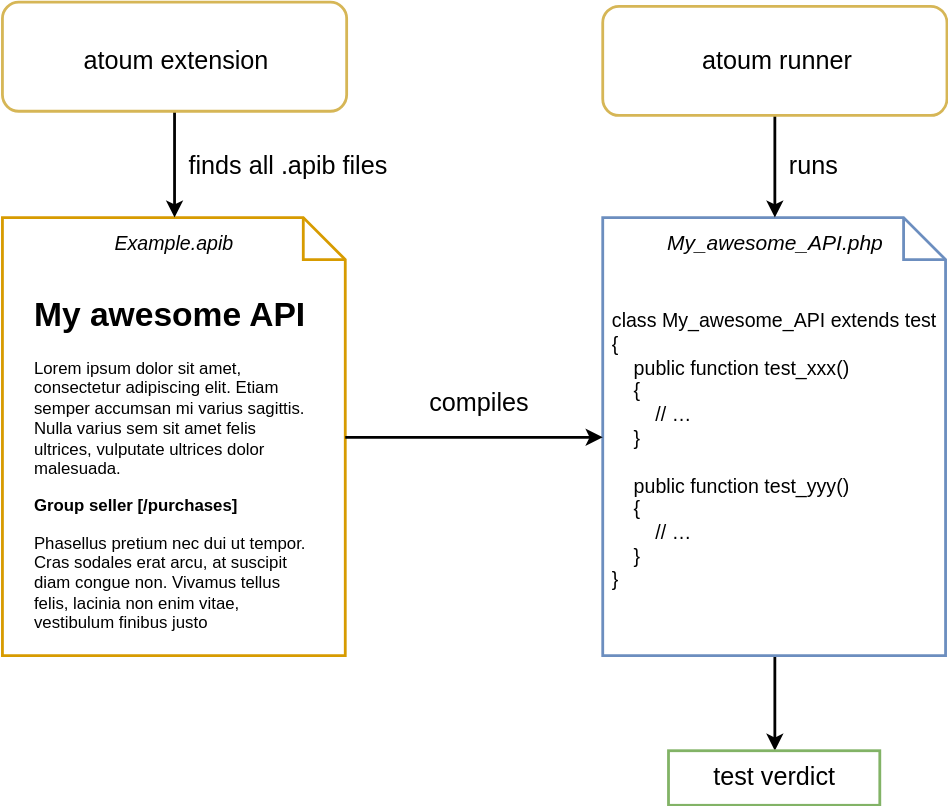
Hywan/atoum-apiblueprint-extension keeps this draw.io diagram as res/overview.svg. Above is the earlier version. Source tidied: cells renumbered, new cells last; positions are measured from the earlier drawing's top-left corner, leaving out a move shared by most shapes. Its diagram source:
```xml
<mxGraphModel background="#ffffff">
  <root>
    <mxCell id="0" />
    <mxCell id="1" parent="0" />
    <mxCell id="2" style="group;" parent="1" vertex="1">
      <mxGeometry y="154" width="255" height="323" as="geometry" />
    </mxCell>
    <mxCell id="3" style="group;" parent="2" vertex="1">
      <mxGeometry width="255" height="323" as="geometry" />
    </mxCell>
    <mxCell id="4" style="group;" parent="3" vertex="1">
      <mxGeometry width="255" height="323" as="geometry" />
    </mxCell>
    <mxCell id="5" style="shape=note;whiteSpace=wrap;html=1;fillColor=none;strokeColor=#d79b00;strokeWidth=2;" parent="4" vertex="1">
      <mxGeometry width="245" height="313" as="geometry" />
    </mxCell>
    <mxCell id="6" value="&lt;h1&gt;My awesome API&lt;br&gt;&lt;/h1&gt;&lt;p&gt;Lorem ipsum dolor sit amet, consectetur adipiscing elit. Etiam semper accumsan mi varius sagittis. Nulla varius sem sit amet felis ultrices, vulputate ultrices dolor malesuada.&lt;/p&gt;&lt;p&gt;&lt;b&gt;Group seller [/purchases]&lt;/b&gt;&lt;br&gt;&lt;/p&gt;&lt;p&gt;Phasellus pretium nec dui ut tempor. Cras sodales erat arcu, at suscipit diam congue non. Vivamus tellus felis, lacinia non enim vitae, vestibulum finibus justo&lt;/p&gt;" style="text;html=1;strokeColor=none;fillColor=none;spacing=5;spacingTop=-20;whiteSpace=wrap;overflow=hidden;rounded=0;" parent="4" vertex="1">
      <mxGeometry x="18" y="50" width="210" height="249" as="geometry" />
    </mxCell>
    <mxCell id="7" value="&lt;div&gt;E&lt;font style=&quot;font-size: 14px;&quot; face=&quot;Helvetica&quot;&gt;xample.apib&lt;/font&gt;&lt;/div&gt;" style="text;html=1;strokeColor=none;fillColor=none;align=center;verticalAlign=middle;whiteSpace=wrap;rounded=0;fontSize=14;fontStyle=2;" parent="4" vertex="1">
      <mxGeometry x="69" y="8" width="107" height="20" as="geometry" />
    </mxCell>
    <mxCell id="8" style="edgeStyle=orthogonalEdgeStyle;rounded=0;html=1;exitX=0.5;exitY=1;entryX=0.5;entryY=0;jettySize=auto;fontFamily=Helvetica;fontSize=15;strokeWidth=2;targetPerimeterSpacing=10;sourcePerimeterSpacing=10;" parent="1" edge="1" source="9" target="20">
      <mxGeometry relative="1" as="geometry" />
    </mxCell>
    <mxCell id="9" style="shape=note;whiteSpace=wrap;html=1;fillColor=none;strokeColor=#6c8ebf;gradientColor=none;strokeWidth=2;" parent="1" vertex="1">
      <mxGeometry x="429" y="154" width="245" height="313" as="geometry" />
    </mxCell>
    <mxCell id="10" value="My_awesome_API.php" style="text;html=1;strokeColor=none;fillColor=none;align=center;verticalAlign=middle;whiteSpace=wrap;rounded=0;fontSize=15;fontStyle=2;" parent="1" vertex="1">
      <mxGeometry x="469" y="162" width="165" height="20" as="geometry" />
    </mxCell>
    <mxCell id="11" value="&lt;div&gt;class My_awesome_API extends test&lt;/div&gt;&lt;div&gt;{&lt;/div&gt;&lt;div&gt;&amp;nbsp;&amp;nbsp;&amp;nbsp; public function test_xxx()&lt;/div&gt;&lt;div&gt;&amp;nbsp;&amp;nbsp;&amp;nbsp; {&lt;/div&gt;&lt;div&gt;&amp;nbsp;&amp;nbsp;&amp;nbsp;&amp;nbsp; &amp;nbsp;&amp;nbsp; // …&lt;br&gt;&lt;/div&gt;&lt;div&gt;&amp;nbsp;&amp;nbsp;&amp;nbsp; }&lt;/div&gt;&lt;div&gt;&lt;br&gt;&lt;/div&gt;&lt;div&gt;&lt;div&gt;&amp;nbsp;&amp;nbsp;&amp;nbsp; public function test_yyy()&lt;/div&gt;&lt;div&gt;&amp;nbsp;&amp;nbsp;&amp;nbsp; {&lt;/div&gt;&lt;div&gt;&amp;nbsp;&amp;nbsp;&amp;nbsp;&amp;nbsp; &amp;nbsp;&amp;nbsp; // …&lt;br&gt;&lt;/div&gt;&amp;nbsp;&amp;nbsp;&amp;nbsp; }&lt;/div&gt;&lt;div&gt;}&lt;br&gt;&lt;/div&gt;" style="text;html=1;strokeColor=none;fillColor=none;align=left;verticalAlign=middle;whiteSpace=wrap;rounded=0;fontSize=14;fontFamily=Helvetica;" parent="1" vertex="1">
      <mxGeometry x="434" y="212" width="235" height="216" as="geometry" />
    </mxCell>
    <mxCell id="12" style="edgeStyle=orthogonalEdgeStyle;rounded=0;html=1;exitX=1;exitY=0.5;entryX=0;entryY=0.5;jettySize=auto;fontFamily=Helvetica;fontSize=14;fillColor=#d5e8d4;strokeColor=#000000;strokeWidth=2;" parent="1" edge="1" source="5" target="9">
      <mxGeometry relative="1" as="geometry" />
    </mxCell>
    <mxCell id="13" style="edgeStyle=orthogonalEdgeStyle;rounded=0;html=1;exitX=0.5;exitY=1;entryX=0.5;entryY=0;jettySize=auto;fontFamily=Helvetica;fontSize=15;strokeWidth=2;targetPerimeterSpacing=10;sourcePerimeterSpacing=10;" parent="1" edge="1" source="14" target="9">
      <mxGeometry relative="1" as="geometry" />
    </mxCell>
    <mxCell id="14" style="rounded=1;whiteSpace=wrap;html=1;fontFamily=Helvetica;fontSize=14;align=left;fillColor=none;strokeColor=#d6b656;strokeWidth=2;" parent="1" vertex="1">
      <mxGeometry x="429" y="3" width="246" height="78" as="geometry" />
    </mxCell>
    <mxCell id="15" value="atoum runner" style="text;html=1;strokeColor=none;fillColor=none;align=center;verticalAlign=middle;whiteSpace=wrap;rounded=0;fontFamily=Helvetica;fontSize=18;" parent="1" vertex="1">
      <mxGeometry x="478" y="32" width="151" height="20" as="geometry" />
    </mxCell>
    <mxCell id="16" style="edgeStyle=orthogonalEdgeStyle;rounded=0;html=1;exitX=0.5;exitY=1;entryX=0.5;entryY=0;jettySize=auto;fontFamily=Helvetica;fontSize=15;strokeWidth=2;targetPerimeterSpacing=10;sourcePerimeterSpacing=10;" parent="1" edge="1" source="17" target="5">
      <mxGeometry relative="1" as="geometry" />
    </mxCell>
    <mxCell id="17" style="rounded=1;whiteSpace=wrap;html=1;fontFamily=Helvetica;fontSize=14;align=left;fillColor=none;strokeColor=#d6b656;strokeWidth=2;" parent="1" vertex="1">
      <mxGeometry width="246" height="78" as="geometry" />
    </mxCell>
    <mxCell id="18" value="atoum extension" style="text;html=1;strokeColor=none;fillColor=none;align=center;verticalAlign=middle;whiteSpace=wrap;rounded=0;fontFamily=Helvetica;fontSize=18;" parent="1" vertex="1">
      <mxGeometry x="5" y="32" width="238" height="20" as="geometry" />
    </mxCell>
    <mxCell id="19" value="compiles" style="text;html=1;strokeColor=none;fillColor=none;align=center;verticalAlign=middle;whiteSpace=wrap;rounded=0;fontFamily=Helvetica;fontSize=18;" parent="1" vertex="1">
      <mxGeometry x="320" y="277" width="40" height="20" as="geometry" />
    </mxCell>
    <mxCell id="20" value="test verdict" style="text;html=1;strokeColor=#82b366;fillColor=none;align=center;verticalAlign=middle;whiteSpace=wrap;rounded=0;fontFamily=Helvetica;fontSize=18;strokeWidth=2;" parent="1" vertex="1">
      <mxGeometry x="476" y="535" width="151" height="39" as="geometry" />
    </mxCell>
    <mxCell id="21" value="finds all .apib files" style="text;html=1;strokeColor=none;fillColor=none;align=center;verticalAlign=middle;whiteSpace=wrap;rounded=0;fontFamily=Helvetica;fontSize=18;" parent="1" vertex="1">
      <mxGeometry x="130" y="107" width="147" height="20" as="geometry" />
    </mxCell>
    <mxCell id="22" value="runs" style="text;html=1;strokeColor=none;fillColor=none;align=center;verticalAlign=middle;whiteSpace=wrap;rounded=0;fontFamily=Helvetica;fontSize=18;" parent="1" vertex="1">
      <mxGeometry x="552" y="107" width="55" height="20" as="geometry" />
    </mxCell>
  </root>
</mxGraphModel>
```
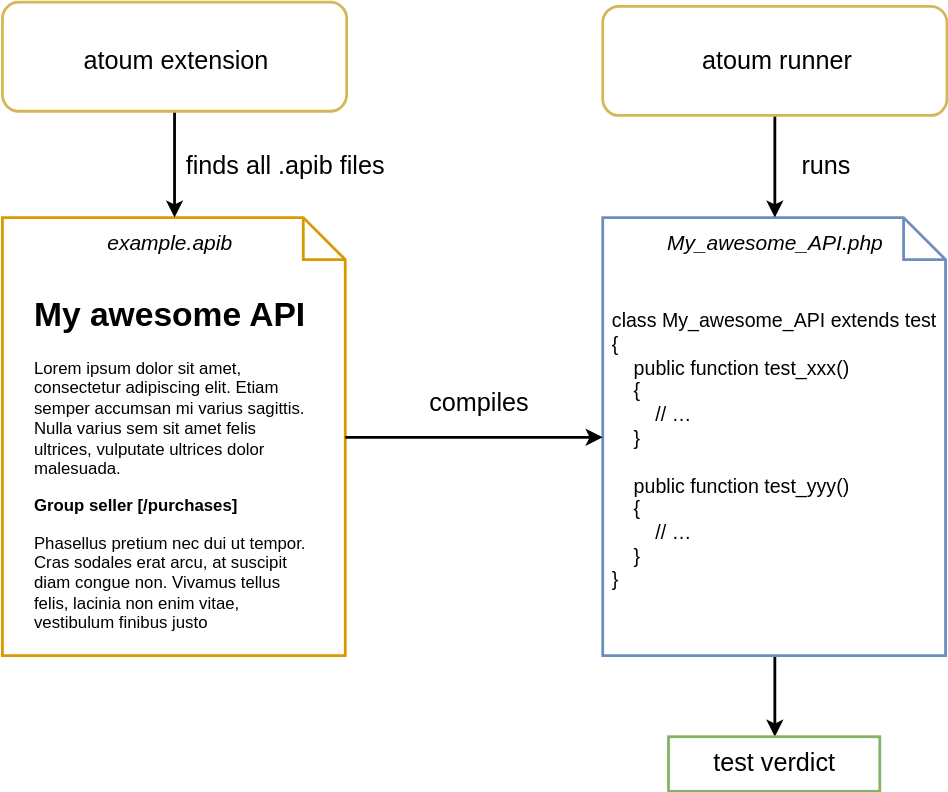
The same file after the commit.

Commit message:
doc(schema) Try to be compliant with Github viewer.

Diff of the diagram source:
```diff
@@ -17,8 +17,8 @@
     <mxCell id="6" value="&lt;h1&gt;My awesome API&lt;br&gt;&lt;/h1&gt;&lt;p&gt;Lorem ipsum dolor sit amet, consectetur adipiscing elit. Etiam semper accumsan mi varius sagittis. Nulla varius sem sit amet felis ultrices, vulputate ultrices dolor malesuada.&lt;/p&gt;&lt;p&gt;&lt;b&gt;Group seller [/purchases]&lt;/b&gt;&lt;br&gt;&lt;/p&gt;&lt;p&gt;Phasellus pretium nec dui ut tempor. Cras sodales erat arcu, at suscipit diam congue non. Vivamus tellus felis, lacinia non enim vitae, vestibulum finibus justo&lt;/p&gt;" style="text;html=1;strokeColor=none;fillColor=none;spacing=5;spacingTop=-20;whiteSpace=wrap;overflow=hidden;rounded=0;" parent="4" vertex="1">
       <mxGeometry x="18" y="50" width="210" height="249" as="geometry" />
     </mxCell>
-    <mxCell id="7" value="&lt;div&gt;E&lt;font style=&quot;font-size: 14px;&quot; face=&quot;Helvetica&quot;&gt;xample.apib&lt;/font&gt;&lt;/div&gt;" style="text;html=1;strokeColor=none;fillColor=none;align=center;verticalAlign=middle;whiteSpace=wrap;rounded=0;fontSize=14;fontStyle=2;" parent="4" vertex="1">
-      <mxGeometry x="69" y="8" width="107" height="20" as="geometry" />
+    <mxCell id="7" value="example.apib" style="text;html=1;strokeColor=none;fillColor=none;align=center;verticalAlign=middle;whiteSpace=wrap;rounded=0;fontSize=15;fontStyle=2;" parent="4" vertex="1">
+      <mxGeometry x="37" y="8" width="165" height="20" as="geometry" />
     </mxCell>
     <mxCell id="8" style="edgeStyle=orthogonalEdgeStyle;rounded=0;html=1;exitX=0.5;exitY=1;entryX=0.5;entryY=0;jettySize=auto;fontFamily=Helvetica;fontSize=15;strokeWidth=2;targetPerimeterSpacing=10;sourcePerimeterSpacing=10;" parent="1" edge="1" source="9" target="20">
       <mxGeometry relative="1" as="geometry" />
@@ -57,13 +57,13 @@
       <mxGeometry x="320" y="277" width="40" height="20" as="geometry" />
     </mxCell>
     <mxCell id="20" value="test verdict" style="text;html=1;strokeColor=#82b366;fillColor=none;align=center;verticalAlign=middle;whiteSpace=wrap;rounded=0;fontFamily=Helvetica;fontSize=18;strokeWidth=2;" parent="1" vertex="1">
-      <mxGeometry x="476" y="535" width="151" height="39" as="geometry" />
+      <mxGeometry x="476" y="525" width="151" height="39" as="geometry" />
     </mxCell>
     <mxCell id="21" value="finds all .apib files" style="text;html=1;strokeColor=none;fillColor=none;align=center;verticalAlign=middle;whiteSpace=wrap;rounded=0;fontFamily=Helvetica;fontSize=18;" parent="1" vertex="1">
-      <mxGeometry x="130" y="107" width="147" height="20" as="geometry" />
+      <mxGeometry x="128" y="107" width="147" height="20" as="geometry" />
     </mxCell>
     <mxCell id="22" value="runs" style="text;html=1;strokeColor=none;fillColor=none;align=center;verticalAlign=middle;whiteSpace=wrap;rounded=0;fontFamily=Helvetica;fontSize=18;" parent="1" vertex="1">
-      <mxGeometry x="552" y="107" width="55" height="20" as="geometry" />
+      <mxGeometry x="561" y="107" width="55" height="20" as="geometry" />
     </mxCell>
   </root>
 </mxGraphModel>
```
